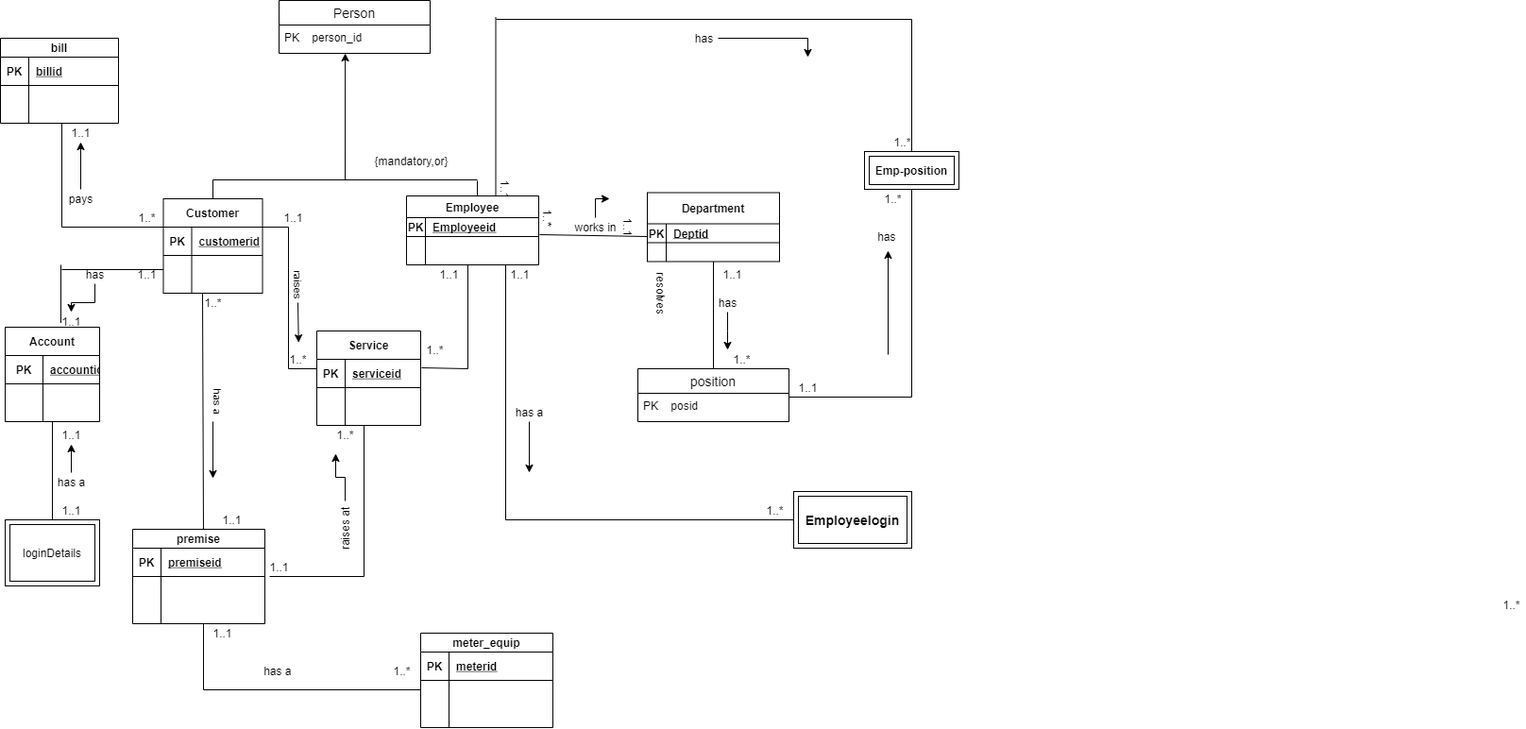
Earlier version of the draw.io export Mobile Electricity deposit-Page-7.png (Muslimah123/Database-final-exams). Source tidied: cells renumbered, new cells last; positions are measured from the earlier drawing's top-left corner, leaving out a move shared by most shapes.
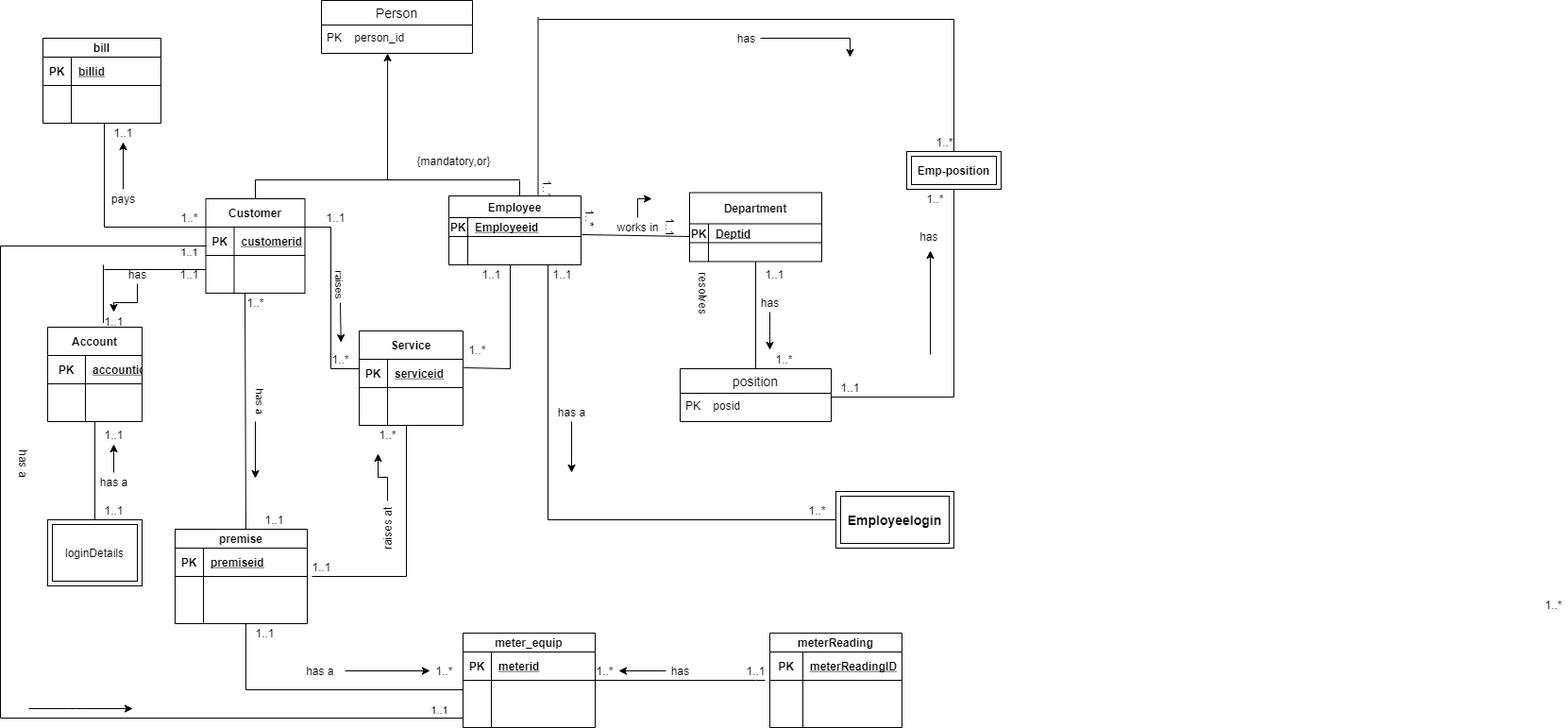
After the commit.

The edit, as a diff of the source:
```diff
@@ -382,6 +382,9 @@
     <mxCell id="100" value="1..*" style="text;html=1;align=center;verticalAlign=middle;points=[];strokeColor=none;" parent="1" vertex="1">
       <mxGeometry x="410" y="700" width="30" height="20" as="geometry" />
     </mxCell>
+    <mxCell id="145" style="edgeStyle=orthogonalEdgeStyle;rounded=0;jettySize=auto;html=1;" parent="1" edge="1" source="101" target="100">
+      <mxGeometry relative="1" as="geometry" />
+    </mxCell>
     <mxCell id="101" value="has a&amp;nbsp;" style="text;html=1;align=center;verticalAlign=middle;points=[];strokeColor=none;" parent="1" vertex="1">
       <mxGeometry x="270" y="700" width="50" height="20" as="geometry" />
     </mxCell>
@@ -536,5 +539,84 @@
     <mxCell id="144" value="has a" style="text;html=1;align=center;verticalAlign=middle;strokeColor=none;" parent="1" vertex="1">
       <mxGeometry x="55" y="500" width="40" height="20" as="geometry" />
     </mxCell>
+    <mxCell id="146" style="endArrow=none;html=1;" parent="1" edge="1">
+      <mxGeometry relative="1" as="geometry">
+        <mxPoint x="585" y="720" as="sourcePoint" />
+        <mxPoint x="765" y="720" as="targetPoint" />
+        <Array as="points">
+          <mxPoint x="765" y="720" />
+          <mxPoint x="755" y="720" />
+        </Array>
+      </mxGeometry>
+    </mxCell>
+    <mxCell id="147" value="meterReading" style="shape=table;startSize=20;rowLines=0;fontStyle=1;align=center;" parent="1" vertex="1">
+      <mxGeometry x="770" y="670" width="140" height="100" as="geometry" />
+    </mxCell>
+    <mxCell id="148" style="shape=partialRectangle;fillColor=none;top=0;left=0;bottom=1;right=0;" parent="147" vertex="1">
+      <mxGeometry y="20" width="140" height="30" as="geometry" />
+    </mxCell>
+    <mxCell id="149" value="PK" style="shape=partialRectangle;fillColor=none;top=0;left=0;bottom=0;right=0;fontStyle=1;overflow=hidden;" parent="148" vertex="1">
+      <mxGeometry width="35" height="30" as="geometry" />
+    </mxCell>
+    <mxCell id="150" value="meterReadingID" style="shape=partialRectangle;fillColor=none;top=0;left=0;bottom=0;right=0;align=left;spacingLeft=6;fontStyle=5;overflow=hidden;" parent="148" vertex="1">
+      <mxGeometry x="35" width="105" height="30" as="geometry" />
+    </mxCell>
+    <mxCell id="151" style="shape=partialRectangle;fillColor=none;top=0;left=0;bottom=0;right=0;" parent="147" vertex="1">
+      <mxGeometry y="50" width="140" height="30" as="geometry" />
+    </mxCell>
+    <mxCell id="152" style="shape=partialRectangle;fillColor=none;top=0;left=0;bottom=0;right=0;overflow=hidden;" parent="151" vertex="1">
+      <mxGeometry width="35" height="30" as="geometry" />
+    </mxCell>
+    <mxCell id="153" style="shape=partialRectangle;fillColor=none;top=0;left=0;bottom=0;right=0;align=left;spacingLeft=6;overflow=hidden;" parent="151" vertex="1">
+      <mxGeometry x="35" width="105" height="30" as="geometry" />
+    </mxCell>
+    <mxCell id="154" style="edgeStyle=orthogonalEdgeStyle;rounded=0;jettySize=auto;html=1;" parent="1" edge="1" source="155" target="156">
+      <mxGeometry relative="1" as="geometry" />
+    </mxCell>
+    <mxCell id="155" value="has" style="text;html=1;align=center;verticalAlign=middle;points=[];strokeColor=none;" parent="1" vertex="1">
+      <mxGeometry x="660" y="700" width="30" height="20" as="geometry" />
+    </mxCell>
+    <mxCell id="156" value="1..*" style="text;html=1;align=center;verticalAlign=middle;points=[];strokeColor=none;" parent="1" vertex="1">
+      <mxGeometry x="580" y="700" width="30" height="20" as="geometry" />
+    </mxCell>
+    <mxCell id="157" value="1..1" style="text;html=1;align=center;verticalAlign=middle;strokeColor=none;" parent="1" vertex="1">
+      <mxGeometry x="735" y="700" width="40" height="20" as="geometry" />
+    </mxCell>
+    <mxCell id="158" style="endArrow=none;html=1;" parent="1" edge="1">
+      <mxGeometry relative="1" as="geometry">
+        <mxPoint x="-45" y="260" as="sourcePoint" />
+        <mxPoint x="173" y="260" as="targetPoint" />
+      </mxGeometry>
+    </mxCell>
+    <mxCell id="159" value="1..1" style="edgeLabel;html=1;align=center;verticalAlign=middle;" parent="158" vertex="1">
+      <mxGeometry x="0.83" y="-6" relative="1" as="geometry" />
+    </mxCell>
+    <mxCell id="160" style="endArrow=none;html=1;" parent="1" edge="1">
+      <mxGeometry relative="1" as="geometry">
+        <mxPoint x="-45" y="260" as="sourcePoint" />
+        <mxPoint x="-45" y="760" as="targetPoint" />
+      </mxGeometry>
+    </mxCell>
+    <mxCell id="161" style="endArrow=none;html=1;" parent="1" edge="1">
+      <mxGeometry relative="1" as="geometry">
+        <mxPoint x="-45" y="760" as="sourcePoint" />
+        <mxPoint x="445" y="760" as="targetPoint" />
+      </mxGeometry>
+    </mxCell>
+    <mxCell id="162" value="1..1" style="edgeLabel;html=1;align=center;verticalAlign=middle;" parent="161" vertex="1">
+      <mxGeometry x="0.89" y="9" relative="1" as="geometry" />
+    </mxCell>
+    <mxCell id="163" value="has a" style="text;html=1;align=center;verticalAlign=middle;strokeColor=none;rotation=90;" parent="1" vertex="1">
+      <mxGeometry x="-40" y="480" width="40" height="20" as="geometry" />
+    </mxCell>
+    <mxCell id="164" style="endArrow=classic;html=1;" parent="1" edge="1">
+      <mxGeometry relative="1" as="geometry">
+        <mxPoint x="-15" y="750" as="sourcePoint" />
+        <mxPoint x="95" y="750" as="targetPoint" />
+        <Array as="points">
+          <mxPoint x="35" y="750" />
+        </Array>
+      </mxGeometry>
+    </mxCell>
   </root>
 </mxGraphModel>
```
